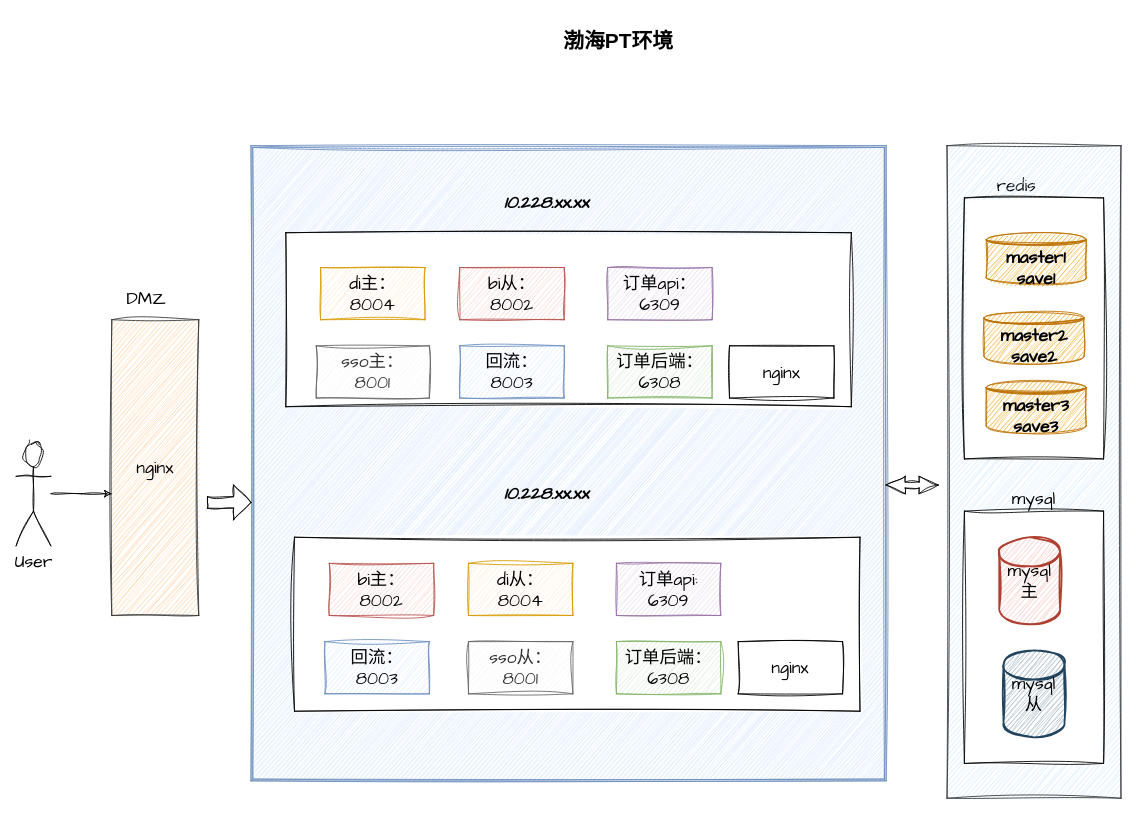
Earlier version of the draw.io diagram BH/渤海pt环境.drawio (BNingliu/drawIO). Source tidied: cells renumbered, new cells numbered last; positions are measured from the earlier drawing's top-left corner, leaving out a move shared by most shapes. Both pictures are drawn from the tidied source at 87%, with x=0, y=0 at pixel (16, 23).
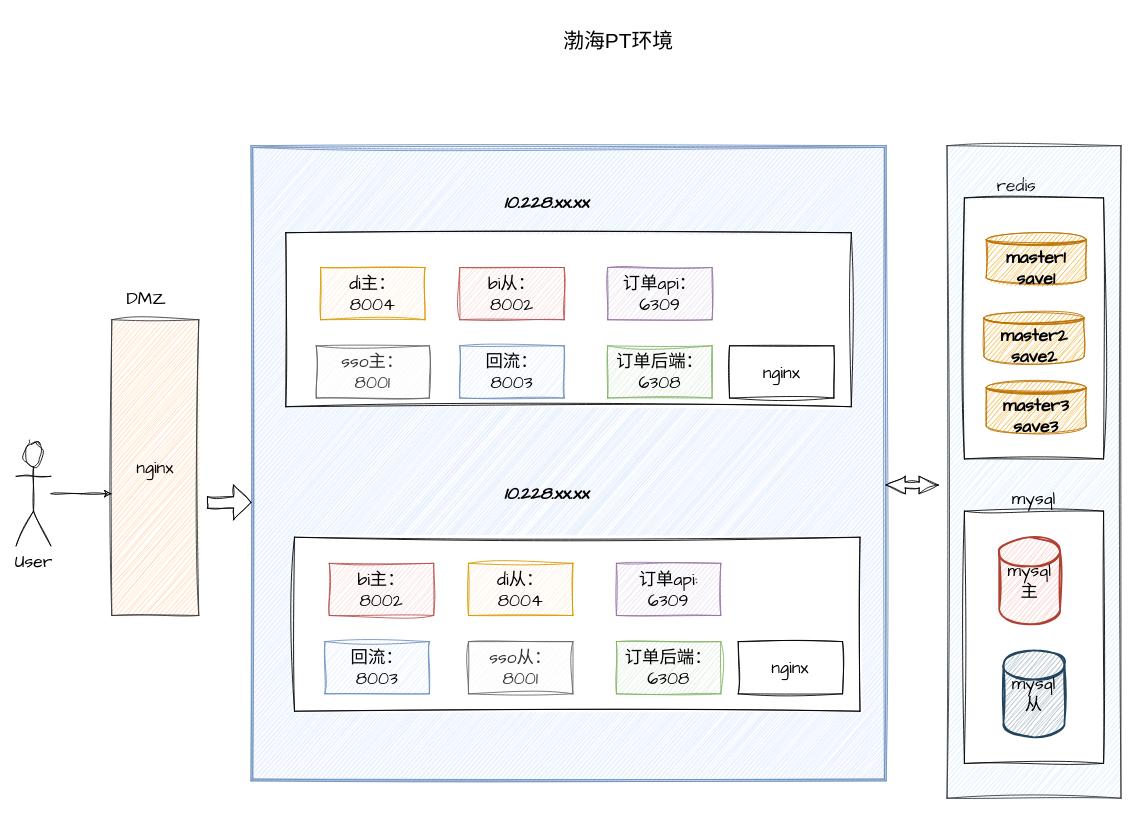
The same diagram, later.

Commit message:
更新渤海pt环境.drawio

Change to the diagram source:
```diff
@@
-    <mxCell id="40" value="&lt;h1&gt;渤海PT环境&lt;/h1&gt;" style="text;html=1;spacing=5;spacingTop=-20;whiteSpace=wrap;overflow=hidden;rounded=0;align=center;sketch=1;curveFitting=1;jiggle=2;" parent="1" vertex="1">
+    <mxCell id="40" value="&lt;h1&gt;&lt;span style=&quot;font-weight: normal;&quot;&gt;渤海PT环境&lt;/span&gt;&lt;/h1&gt;" style="text;html=1;spacing=5;spacingTop=-20;whiteSpace=wrap;overflow=hidden;rounded=0;align=center;sketch=1;curveFitting=1;jiggle=2;" parent="1" vertex="1">
       <mxGeometry x="535" width="315" height="40" as="geometry" />
     </mxCell>
```
